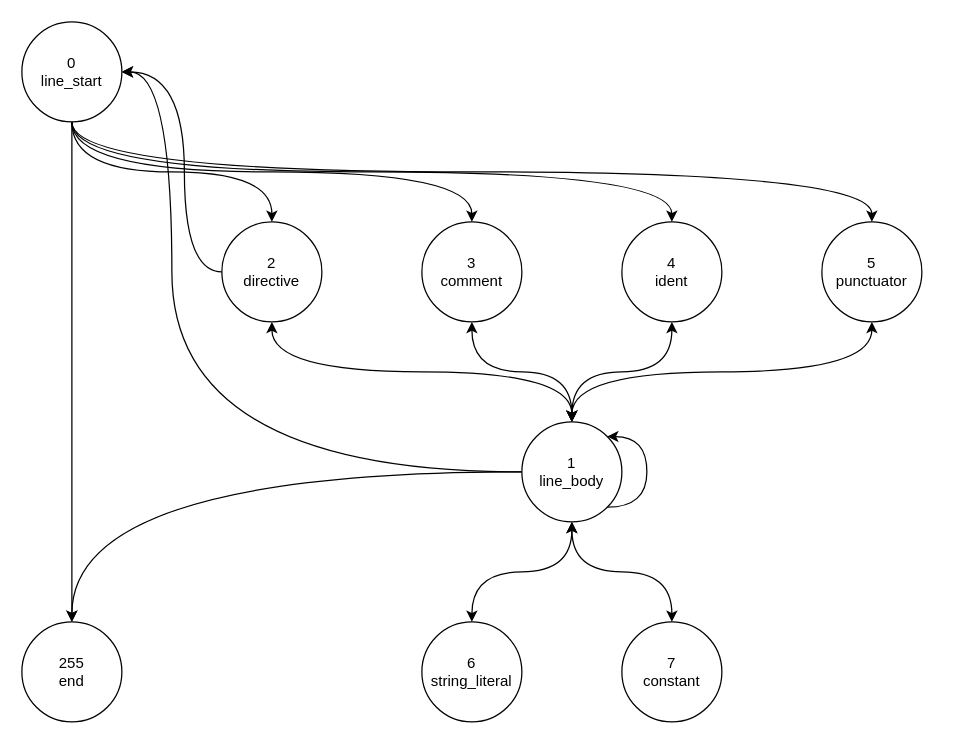
Earlier version of the draw.io diagram images/lexer.dfa.drawio (Nugine/toy-compiler). Source tidied: cells renumbered, new cells numbered last; positions are measured from the earlier drawing's top-left corner, leaving out a move shared by most shapes. Both pictures are drawn from the tidied source at 125%, with x=0, y=0 at pixel (21, 21).
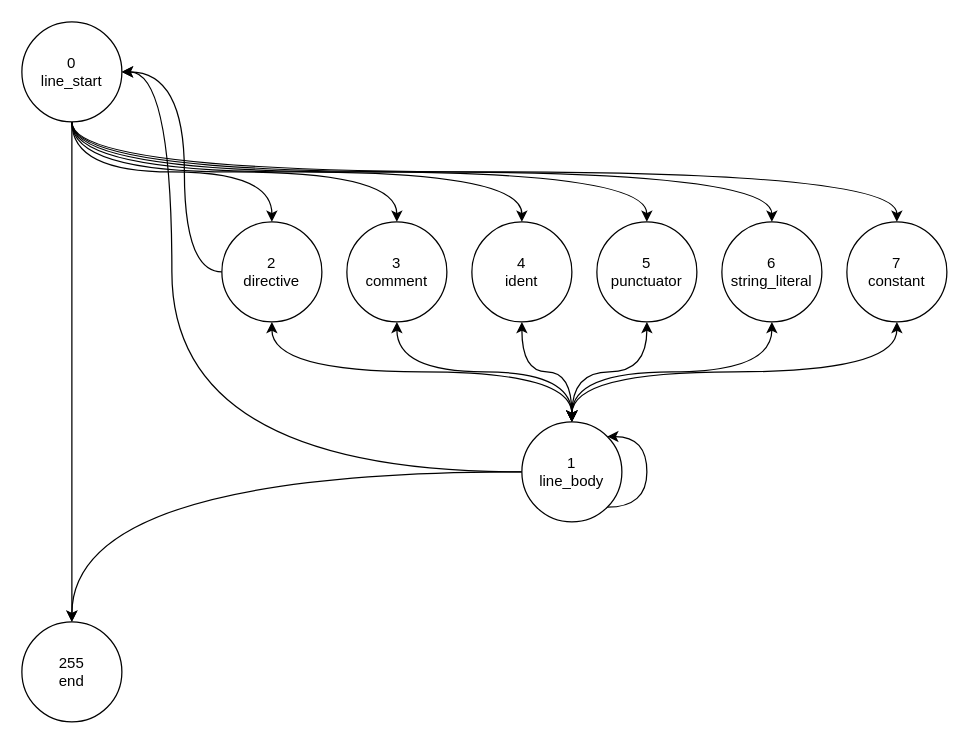
The same page after the edit.

The change refers to these unchanged cells:
```xml
<mxCell id="7" value="0&lt;br&gt;line_start" style="ellipse;whiteSpace=wrap;html=1;" parent="1" vertex="1">
  <mxGeometry width="80" height="80" as="geometry" />
</mxCell>
<mxCell id="17" value="1&lt;br&gt;line_body" style="ellipse;whiteSpace=wrap;html=1;" parent="1" vertex="1">
  <mxGeometry x="400" y="320" width="80" height="80" as="geometry" />
</mxCell>
```

What changed in the source:
```diff
@@
+    <mxCell id="26" style="edgeStyle=orthogonalEdgeStyle;rounded=0;jettySize=auto;html=1;entryX=0.5;entryY=0;entryDx=0;entryDy=0;curved=1;" parent="1" edge="1" source="7" target="21">
+      <mxGeometry relative="1" as="geometry">
+        <Array as="points">
+          <mxPoint x="40" y="120" />
+          <mxPoint x="600" y="120" />
+        </Array>
+      </mxGeometry>
+    </mxCell>
+    <mxCell id="27" style="edgeStyle=orthogonalEdgeStyle;curved=1;rounded=0;jettySize=auto;html=1;" parent="1" edge="1" source="7" target="23">
+      <mxGeometry relative="1" as="geometry">
+        <Array as="points">
+          <mxPoint x="40" y="120" />
+          <mxPoint x="700" y="120" />
+        </Array>
+      </mxGeometry>
+    </mxCell>
@@
     <mxCell id="13" value="3&lt;br&gt;comment" style="ellipse;whiteSpace=wrap;html=1;" parent="1" vertex="1">
-      <mxGeometry x="320" y="160" width="80" height="80" as="geometry" />
+      <mxGeometry x="260" y="160" width="80" height="80" as="geometry" />
     </mxCell>
@@
     <mxCell id="19" value="5&lt;br&gt;punctuator" style="ellipse;whiteSpace=wrap;html=1;" parent="1" vertex="1">
-      <mxGeometry x="640" y="160" width="80" height="80" as="geometry" />
+      <mxGeometry x="460" y="160" width="80" height="80" as="geometry" />
     </mxCell>
     <mxCell id="20" style="edgeStyle=orthogonalEdgeStyle;curved=1;rounded=0;jettySize=auto;html=1;startArrow=classic;startFill=1;" parent="1" edge="1" source="21" target="17">
-      <mxGeometry relative="1" as="geometry" />
+      <mxGeometry relative="1" as="geometry">
+        <Array as="points">
+          <mxPoint x="600" y="280" />
+          <mxPoint x="440" y="280" />
+        </Array>
+      </mxGeometry>
     </mxCell>
     <mxCell id="21" value="6&lt;br&gt;string_literal" style="ellipse;whiteSpace=wrap;html=1;" parent="1" vertex="1">
-      <mxGeometry x="320" y="480" width="80" height="80" as="geometry" />
+      <mxGeometry x="560" y="160" width="80" height="80" as="geometry" />
     </mxCell>
-    <mxCell id="22" style="edgeStyle=orthogonalEdgeStyle;curved=1;rounded=0;jettySize=auto;html=1;exitX=0.5;exitY=0;exitDx=0;exitDy=0;entryX=0.5;entryY=1;entryDx=0;entryDy=0;startArrow=classic;startFill=1;" parent="1" edge="1" source="23" target="17">
-      <mxGeometry relative="1" as="geometry" />
+    <mxCell id="22" style="edgeStyle=orthogonalEdgeStyle;curved=1;rounded=0;jettySize=auto;html=1;exitX=0.5;exitY=1;exitDx=0;exitDy=0;entryX=0.5;entryY=0;entryDx=0;entryDy=0;startArrow=classic;startFill=1;" parent="1" edge="1" source="23" target="17">
+      <mxGeometry relative="1" as="geometry">
+        <Array as="points">
+          <mxPoint x="700" y="280" />
+          <mxPoint x="440" y="280" />
+        </Array>
+      </mxGeometry>
     </mxCell>
     <mxCell id="23" value="7&lt;br&gt;constant" style="ellipse;whiteSpace=wrap;html=1;" parent="1" vertex="1">
-      <mxGeometry x="480" y="480" width="80" height="80" as="geometry" />
+      <mxGeometry x="660" y="160" width="80" height="80" as="geometry" />
     </mxCell>
@@
     <mxCell id="25" value="4&lt;br&gt;ident" style="ellipse;whiteSpace=wrap;html=1;" parent="1" vertex="1">
-      <mxGeometry x="480" y="160" width="80" height="80" as="geometry" />
+      <mxGeometry x="360" y="160" width="80" height="80" as="geometry" />
     </mxCell>
```
